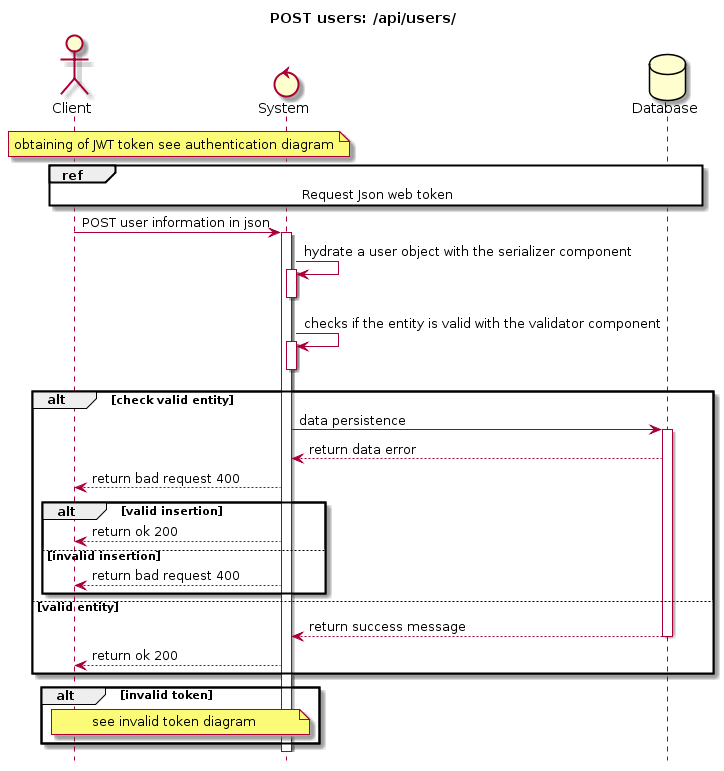
siggwer/Bilemo keeps this PlantUML diagram as docs/Uml/Diagram_sequences/Diagram_sequence_POST_user.png. Above is the earlier version.
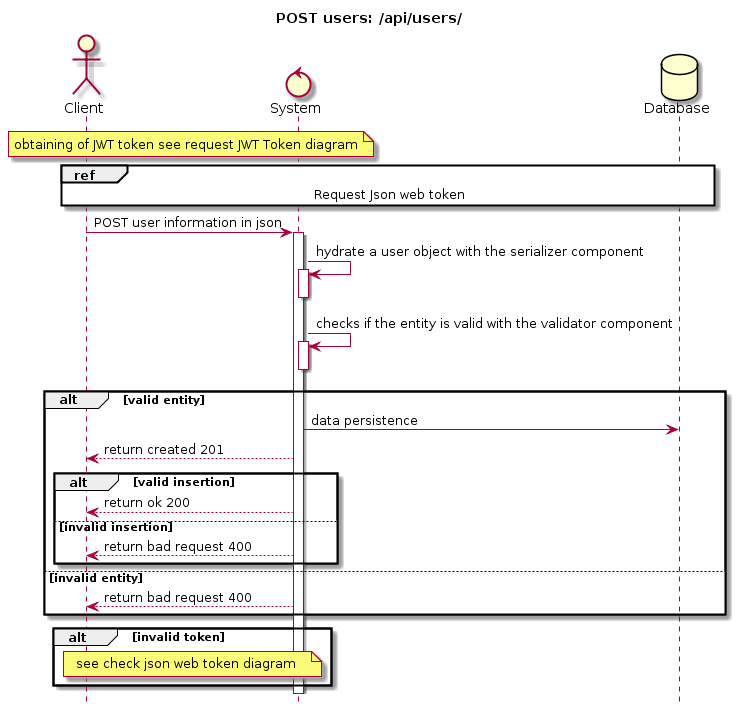
After the commit.

What changed in the source:
```diff
@@ -6,7 +6,7 @@
 Database Database
 
 note over Client, System
- obtaining of JWT token see authentication diagram
+ obtaining of JWT token see request JWT Token diagram
 end note
 
 ref over Client, System, Database
@@ -22,24 +22,20 @@
 System -> System : checks if the entity is valid with the validator component
 activate System
 deactivate System
-alt check valid entity
+alt valid entity
     System -> Database : data persistence
-    activate Database
-    Database --> System : return data error
-    System --> Client : return bad request 400
+    System --> Client : return created 201
     alt valid insertion
-        System --> Client : return ok 200
+    System --> Client : return ok 200
     else invalid insertion
         System --> Client : return bad request 400
     end
-else valid entity
-    Database --> System : return success message
-    deactivate Database
-    System --> Client : return ok 200
+else invalid entity
+    System --> Client : return bad request 400
 end
 alt invalid token
 note over Client, System
-    see invalid token diagram
+    see check json web token diagram
 end note
 end
 @enduml
```
